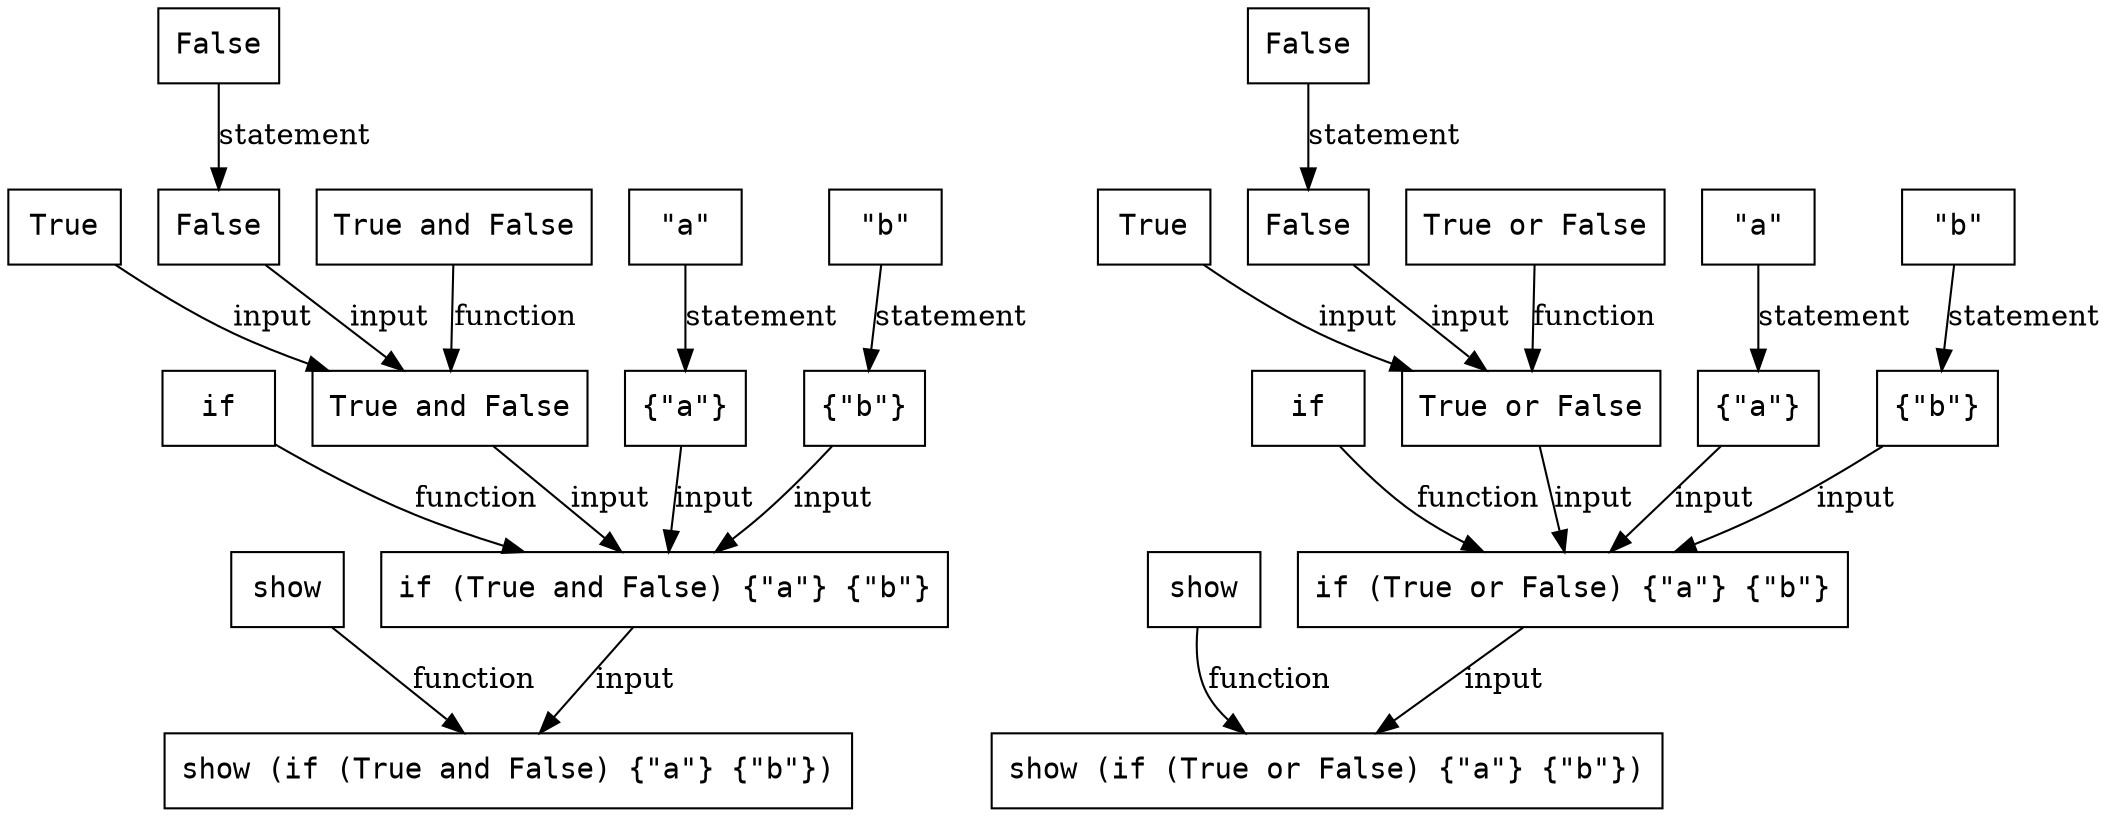
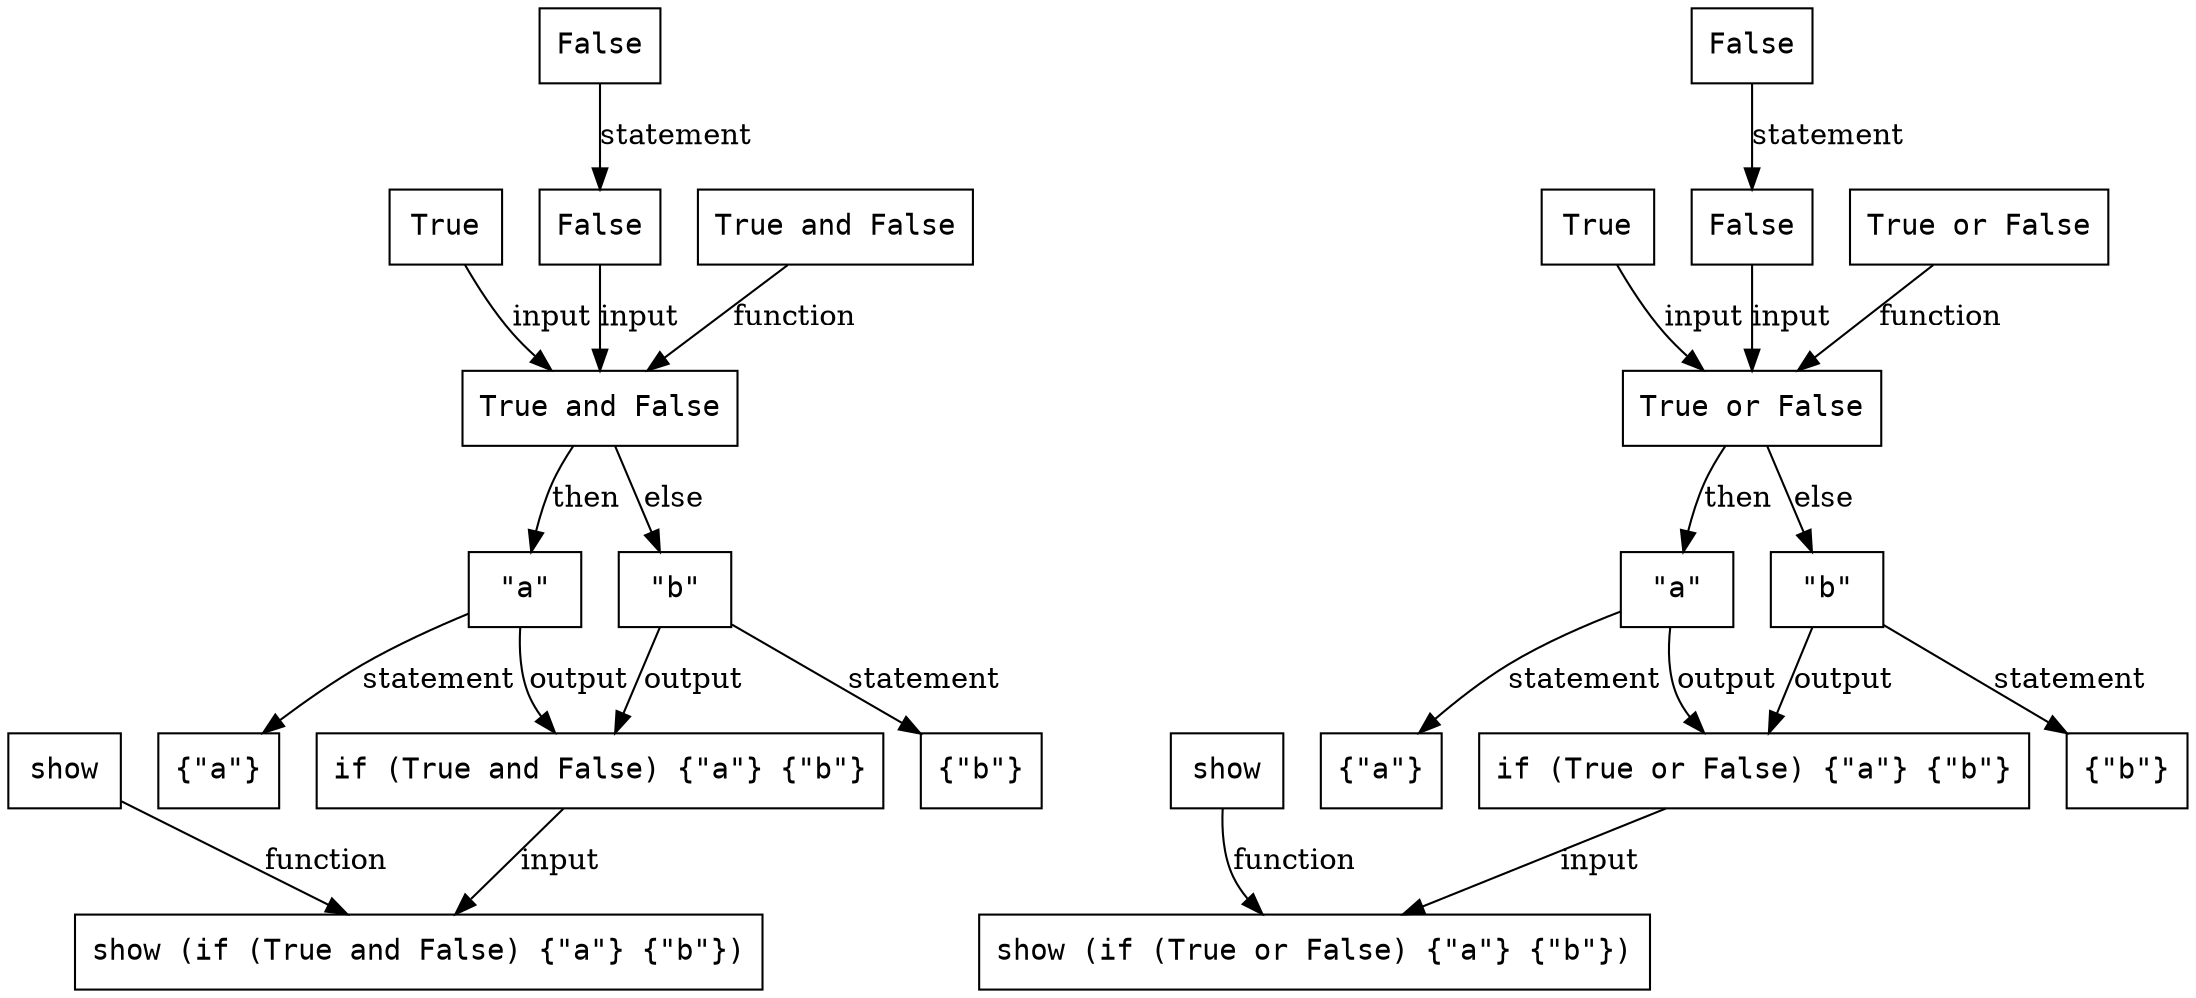
digraph G {
  node [shape=box, fontname=monospace]
  node_2_4 [label="show (if (True and False) {\"a\"} {\"b\"})"]
  node_2_5 [label="show"]
  node_2_6 [label="if (True and False) {\"a\"} {\"b\"}"]
-   node_2_7 [label="if"]
  node_2_9 [label="True and False"]
  node_2_11 [label="True"]
  node_2_12 [label="False"]
  node_2_13 [label="False"]
  node_2_14 [label="True and False"]
  node_2_16 [label="{\"a\"}"]
  node_2_18 [label="\"a\""]
  node_2_20 [label="{\"b\"}"]
  node_2_22 [label="\"b\""]
  node_2_24 [label="show (if (True or False) {\"a\"} {\"b\"})"]
  node_2_25 [label="show"]
  node_2_26 [label="if (True or False) {\"a\"} {\"b\"}"]
-   node_2_27 [label="if"]
  node_2_29 [label="True or False"]
  node_2_31 [label="True"]
  node_2_32 [label="False"]
  node_2_33 [label="False"]
  node_2_34 [label="True or False"]
  node_2_36 [label="{\"a\"}"]
  node_2_38 [label="\"a\""]
  node_2_40 [label="{\"b\"}"]
  node_2_42 [label="\"b\""]
  node_2_5 -> node_2_4 [label="function"]
  node_2_6 -> node_2_4 [label="input"]
-   node_2_7 -> node_2_6 [label="function"]
-   node_2_9 -> node_2_6 [label="input"]
+   node_2_9 -> node_2_18 [label="then"]
+   node_2_9 -> node_2_22 [label="else"]
  node_2_11 -> node_2_9 [label="input"]
  node_2_12 -> node_2_13 [label="statement"]
  node_2_13 -> node_2_9 [label="input"]
  node_2_14 -> node_2_9 [label="function"]
-   node_2_16 -> node_2_6 [label="input"]
+   node_2_18 -> node_2_6 [label="output"]
  node_2_18 -> node_2_16 [label="statement"]
-   node_2_20 -> node_2_6 [label="input"]
+   node_2_22 -> node_2_6 [label="output"]
  node_2_22 -> node_2_20 [label="statement"]
  node_2_25 -> node_2_24 [label="function"]
  node_2_26 -> node_2_24 [label="input"]
-   node_2_27 -> node_2_26 [label="function"]
-   node_2_29 -> node_2_26 [label="input"]
+   node_2_29 -> node_2_38 [label="then"]
+   node_2_29 -> node_2_42 [label="else"]
  node_2_31 -> node_2_29 [label="input"]
  node_2_32 -> node_2_33 [label="statement"]
  node_2_33 -> node_2_29 [label="input"]
  node_2_34 -> node_2_29 [label="function"]
-   node_2_36 -> node_2_26 [label="input"]
+   node_2_38 -> node_2_26 [label="output"]
  node_2_38 -> node_2_36 [label="statement"]
-   node_2_40 -> node_2_26 [label="input"]
+   node_2_42 -> node_2_26 [label="output"]
  node_2_42 -> node_2_40 [label="statement"]
}
